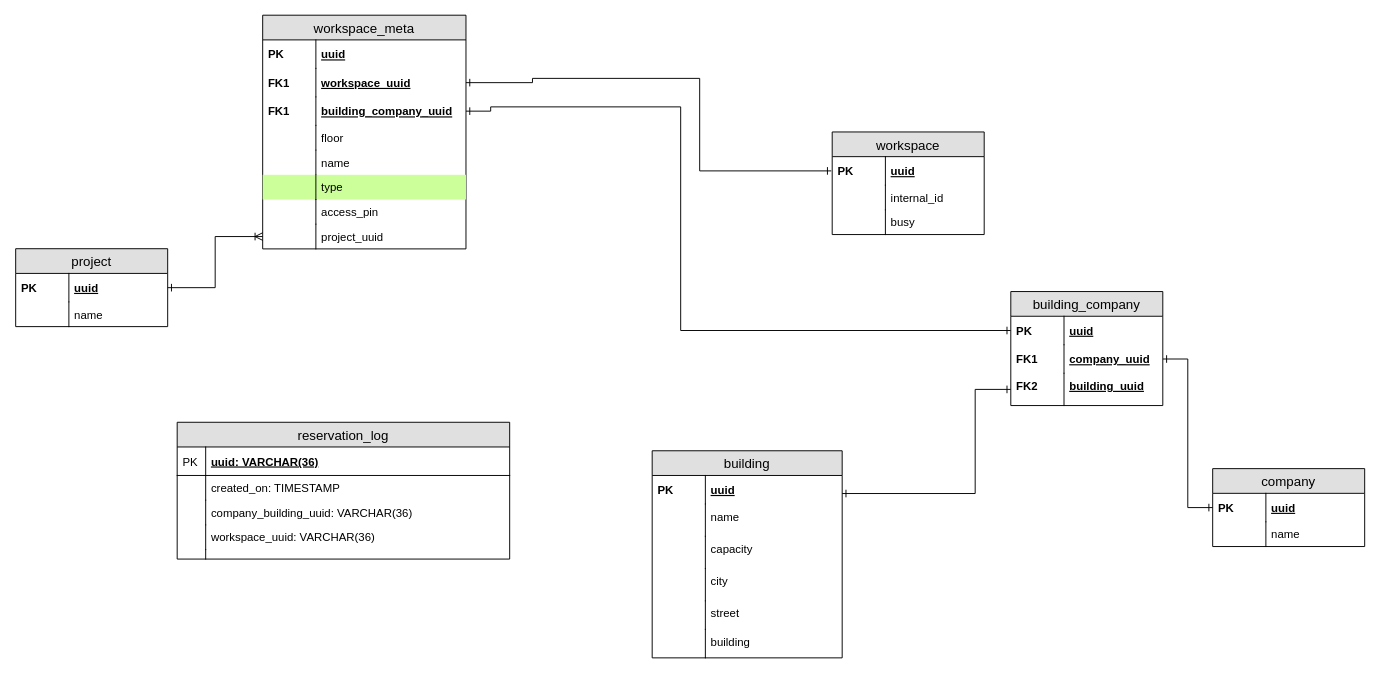
Above: workplace-reservation-service-erd.drawio in Hunkizzz/project-zebra-diagrams (draw.io), before the change. Source tidied: cells renumbered, new cells numbered last; positions are measured from the earlier drawing's top-left corner, leaving out a move shared by most shapes. Both pictures are drawn from the tidied source at 95%, with x=0, y=0 at pixel (15, 15).
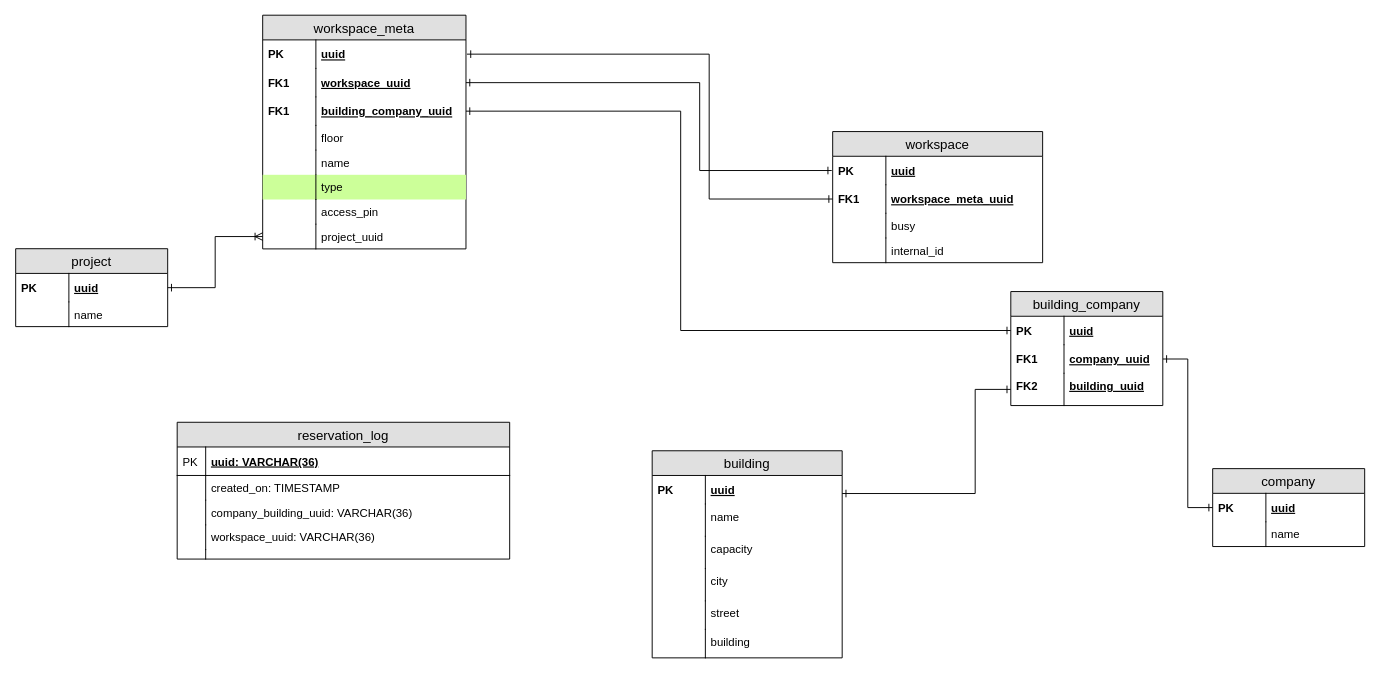
Above is the later version.

The change refers to these unchanged cells:
```xml
<mxCell id="30" value="uuid" style="shape=partialRectangle;top=0;left=0;right=0;bottom=0;align=left;verticalAlign=middle;fillColor=none;spacingLeft=60;spacingRight=4;overflow=hidden;points=[[0,0.5],[1,0.5]];portConstraint=eastwest;fontStyle=5;fontSize=12;" parent="29" vertex="1">
  <mxGeometry y="26" width="160" height="30" as="geometry" />
</mxCell>
<mxCell id="49" value="uuid" style="shape=partialRectangle;top=0;left=0;right=0;bottom=0;align=left;verticalAlign=middle;fillColor=none;spacingLeft=60;spacingRight=4;overflow=hidden;points=[[0,0.5],[1,0.5]];portConstraint=eastwest;fontStyle=5;fontSize=12;perimeterSpacing=1;" parent="48" vertex="1">
  <mxGeometry y="26" width="214" height="30" as="geometry" />
</mxCell>
<mxCell id="51" value="workspace_uuid" style="shape=partialRectangle;top=0;left=0;right=0;bottom=0;align=left;verticalAlign=middle;fillColor=none;spacingLeft=60;spacingRight=4;overflow=hidden;points=[[0,0.5],[1,0.5]];portConstraint=eastwest;fontStyle=5;fontSize=12;" parent="48" vertex="1">
  <mxGeometry y="56" width="214" height="30" as="geometry" />
</mxCell>
<mxCell id="53" value="building_company_uuid" style="shape=partialRectangle;top=0;left=0;right=0;bottom=0;align=left;verticalAlign=middle;fillColor=none;spacingLeft=60;spacingRight=4;overflow=hidden;points=[[0,0.5],[1,0.5]];portConstraint=eastwest;fontStyle=5;fontSize=12;" parent="48" vertex="1">
  <mxGeometry y="86" width="214" height="30" as="geometry" />
</mxCell>
```

Change to the diagram source:
```diff
@@
     <mxCell id="7" value="workspace" style="swimlane;fontStyle=0;horizontal=1;startSize=26;fillColor=#e0e0e0;swimlaneFillColor=#ffffff;align=center;fontSize=14;" parent="1" vertex="1">
-      <mxGeometry x="859.5" y="122.4" width="160" height="108" as="geometry" />
+      <mxGeometry x="860" y="122" width="221" height="138" as="geometry" />
     </mxCell>
     <mxCell id="8" value="uuid" style="shape=partialRectangle;top=0;left=0;right=0;bottom=0;align=left;verticalAlign=middle;fillColor=none;spacingLeft=60;spacingRight=4;overflow=hidden;points=[[0,0.5],[1,0.5]];portConstraint=eastwest;fontStyle=5;fontSize=12;perimeterSpacing=1;" parent="7" vertex="1">
-      <mxGeometry y="26" width="160" height="30" as="geometry" />
+      <mxGeometry y="26" width="221" height="30" as="geometry" />
     </mxCell>
@@
+    <mxCell id="72" value="workspace_meta_uuid" style="shape=partialRectangle;top=0;left=0;right=0;bottom=0;align=left;verticalAlign=middle;fillColor=none;spacingLeft=60;spacingRight=4;overflow=hidden;points=[[0,0.5],[1,0.5]];portConstraint=eastwest;fontStyle=5;fontSize=12;" parent="7" vertex="1">
+      <mxGeometry y="56" width="221" height="30" as="geometry" />
+    </mxCell>
+    <mxCell id="73" value="FK1" style="shape=partialRectangle;fontStyle=1;top=0;left=0;bottom=0;fillColor=none;align=left;verticalAlign=middle;spacingLeft=4;spacingRight=4;overflow=hidden;fontSize=12;" parent="72" vertex="1">
+      <mxGeometry width="56" height="30" as="geometry" />
+    </mxCell>
+    <mxCell id="12" value="busy" style="shape=partialRectangle;top=0;left=0;right=0;bottom=0;align=left;verticalAlign=top;fillColor=none;spacingLeft=60;spacingRight=4;overflow=hidden;fontSize=12;" parent="7" vertex="1">
+      <mxGeometry y="86" width="221" height="26" as="geometry" />
+    </mxCell>
+    <mxCell id="13" style="shape=partialRectangle;top=0;left=0;bottom=0;fillColor=none;align=left;verticalAlign=top;spacingLeft=4;spacingRight=4;overflow=hidden;fontSize=12;" parent="12" vertex="1">
+      <mxGeometry width="56" height="26" as="geometry" />
+    </mxCell>
     <mxCell id="10" value="internal_id" style="shape=partialRectangle;top=0;left=0;right=0;bottom=0;align=left;verticalAlign=top;fillColor=none;spacingLeft=60;spacingRight=4;overflow=hidden;fontSize=12;" parent="7" vertex="1">
-      <mxGeometry y="56" width="160" height="26" as="geometry" />
+      <mxGeometry y="112" width="221" height="26" as="geometry" />
     </mxCell>
@@
-    <mxCell id="12" value="busy" style="shape=partialRectangle;top=0;left=0;right=0;bottom=0;align=left;verticalAlign=top;fillColor=none;spacingLeft=60;spacingRight=4;overflow=hidden;fontSize=12;" parent="7" vertex="1">
-      <mxGeometry y="82" width="160" height="26" as="geometry" />
-    </mxCell>
-    <mxCell id="13" style="shape=partialRectangle;top=0;left=0;bottom=0;fillColor=none;align=left;verticalAlign=top;spacingLeft=4;spacingRight=4;overflow=hidden;fontSize=12;" parent="12" vertex="1">
-      <mxGeometry width="56" height="26" as="geometry" />
-    </mxCell>
@@
     <mxCell id="27" style="edgeStyle=orthogonalEdgeStyle;rounded=0;jettySize=auto;html=1;entryX=0;entryY=0.5;entryDx=0;entryDy=0;startArrow=ERone;startFill=0;endArrow=ERone;endFill=0;exitX=1;exitY=0.5;exitDx=0;exitDy=0;" parent="1" edge="1" source="53" target="30">
       <mxGeometry relative="1" as="geometry">
         <Array as="points">
-          <mxPoint x="500" y="101" />
-          <mxPoint x="500" y="96" />
-          <mxPoint x="700" y="96" />
+          <mxPoint x="700" y="101" />
           <mxPoint x="700" y="332" />
         </Array>
       </mxGeometry>
     </mxCell>
@@
     <mxCell id="65" style="edgeStyle=orthogonalEdgeStyle;rounded=0;jettySize=auto;html=1;entryX=0;entryY=0.5;entryDx=0;entryDy=0;endArrow=ERone;endFill=0;startArrow=ERone;startFill=0;exitX=1;exitY=0.5;exitDx=0;exitDy=0;" parent="1" edge="1" source="51" target="8">
       <mxGeometry relative="1" as="geometry">
         <Array as="points">
-          <mxPoint x="544" y="70" />
-          <mxPoint x="544" y="66" />
-          <mxPoint x="720" y="66" />
+          <mxPoint x="720" y="71" />
           <mxPoint x="720" y="163" />
         </Array>
       </mxGeometry>
     </mxCell>
@@
+    <mxCell id="74" style="edgeStyle=orthogonalEdgeStyle;rounded=0;jettySize=auto;html=1;entryX=0;entryY=0.5;entryDx=0;entryDy=0;endArrow=ERone;endFill=0;startArrow=ERone;startFill=0;exitX=1;exitY=0.5;exitDx=0;exitDy=0;" parent="1" edge="1" source="49" target="72">
+      <mxGeometry relative="1" as="geometry">
+        <Array as="points">
+          <mxPoint x="730" y="41" />
+          <mxPoint x="730" y="193" />
+        </Array>
+      </mxGeometry>
+    </mxCell>
```
